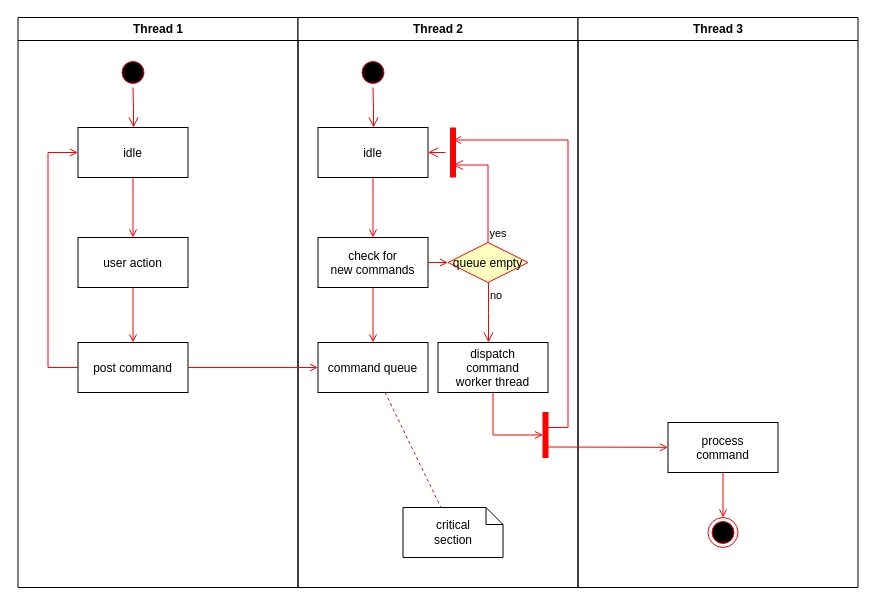
Above: Diagrams/AgentInteraction.drawio in alonso284/UrbanMobilityMultiAgents (draw.io), before the change. Source tidied: cells renumbered, new cells numbered last; positions are measured from the earlier drawing's top-left corner, leaving out a move shared by most shapes. Both pictures are drawn from the tidied source at 100%, with x=0, y=0 at pixel (17, 17).
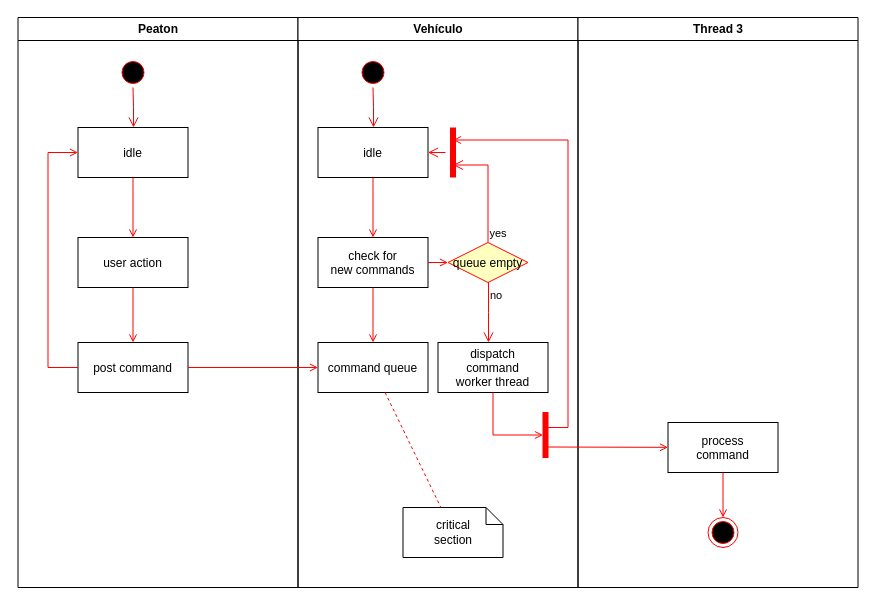
The same diagram, later.

Change to the diagram source:
```diff
@@
-    <mxCell id="2" value="Thread 1" style="swimlane;whiteSpace=wrap;" parent="1" vertex="1">
+    <mxCell id="2" value="Peaton" style="swimlane;whiteSpace=wrap;" parent="1" vertex="1">
       <mxGeometry x="0.5" width="280" height="570" as="geometry" />
     </mxCell>
@@
-    <mxCell id="11" value="Thread 2" style="swimlane;whiteSpace=wrap;" parent="1" vertex="1">
+    <mxCell id="11" value="Vehículo" style="swimlane;whiteSpace=wrap;" parent="1" vertex="1">
       <mxGeometry x="280.5" width="280" height="570" as="geometry" />
     </mxCell>
```
